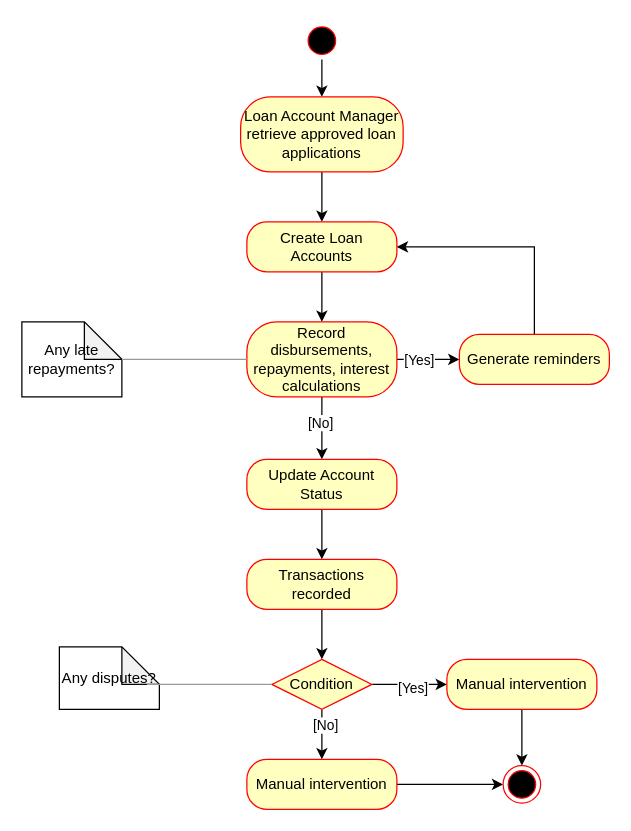
This is Account Management Activity Diagram.drawio from AjnaNushi/drawio, a draw.io file, before an edit. Source tidied: cells renumbered, new cells numbered last; positions are measured from the earlier drawing's top-left corner, leaving out a move shared by most shapes. Both pictures are drawn from the tidied source at 125%, with x=0, y=0 at pixel (21, 21).
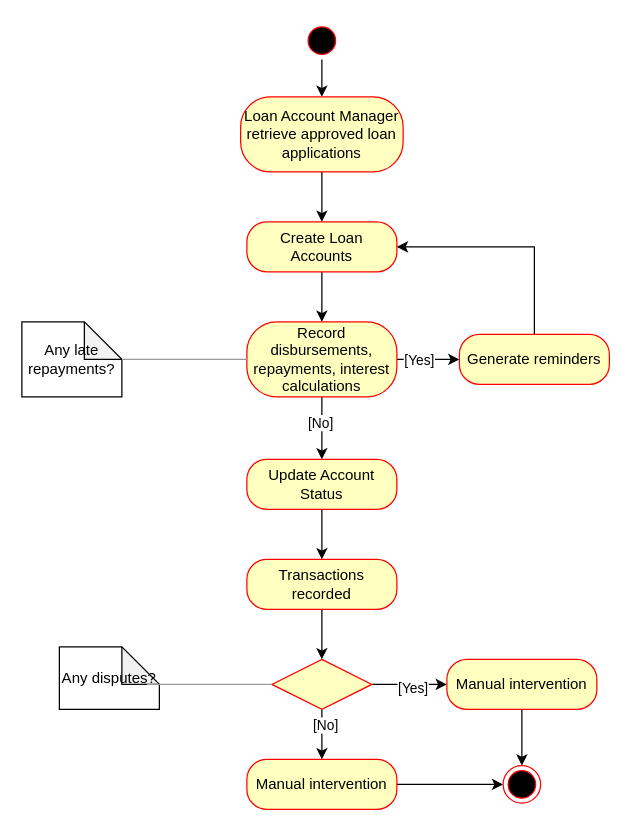
The same page after the edit.

Diff of the diagram source:
```diff
@@
-    <mxCell id="27" value="Condition" style="rhombus;whiteSpace=wrap;html=1;fontColor=#000000;fillColor=#ffffc0;strokeColor=#ff0000;" parent="1" vertex="1">
+    <mxCell id="27" style="rhombus;whiteSpace=wrap;html=1;fontColor=#000000;fillColor=#ffffc0;strokeColor=#ff0000;" parent="1" vertex="1">
       <mxGeometry x="200" y="510" width="80" height="40" as="geometry" />
     </mxCell>
```
